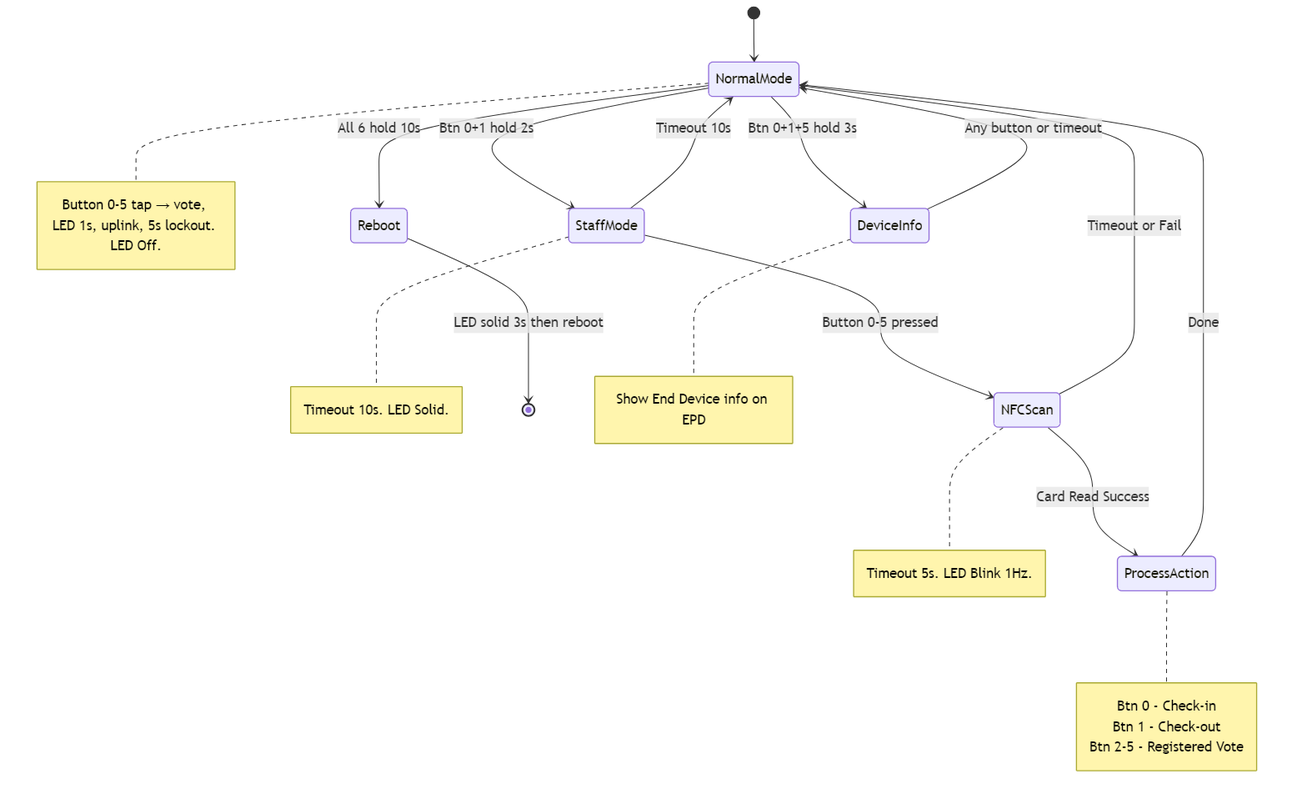
The Mermaid diagram v1.1/docs/appnotes/diagrams/state-machine.png in quiretech/FeedbackNow, before a commit. Its source is kept beside it as v1.1/docs/appnotes/diagrams/state-machine.mmd. Its diagram source:
```mermaid
stateDiagram-v2
    [*] --> NormalMode
    NormalMode --> StaffMode: Btn 0+1 hold 2s
    NormalMode --> DeviceInfo: Btn 0+1+5 hold 3s
    NormalMode --> Reboot: All 6 hold 10s
    StaffMode --> NormalMode: Timeout 10s
    StaffMode --> NFCScan: Button 0-5 pressed
    DeviceInfo --> NormalMode: Any button or timeout
    Reboot --> [*]: LED solid 3s then reboot
    NFCScan --> NormalMode: Timeout or Fail
    NFCScan --> ProcessAction: Card Read Success
    ProcessAction --> NormalMode: Done

    note right of NormalMode
      Buttons 0 to 5 tapped: vote
      LED on 1 second
      Uplink event sent
      5 second lockout
      LED off
    end note

    note right of StaffMode
      Timeout: 10 seconds
      LED solid
    end note

    note right of DeviceInfo
      Show end device info on EPD
    end note

    note right of NFCScan
      Timeout: 5 seconds
      LED blink 1Hz
    end note

    note right of ProcessAction
      Button 0: Check-in
      Button 1: Check-out
      Buttons 2-5: Registered vote
    end note
```
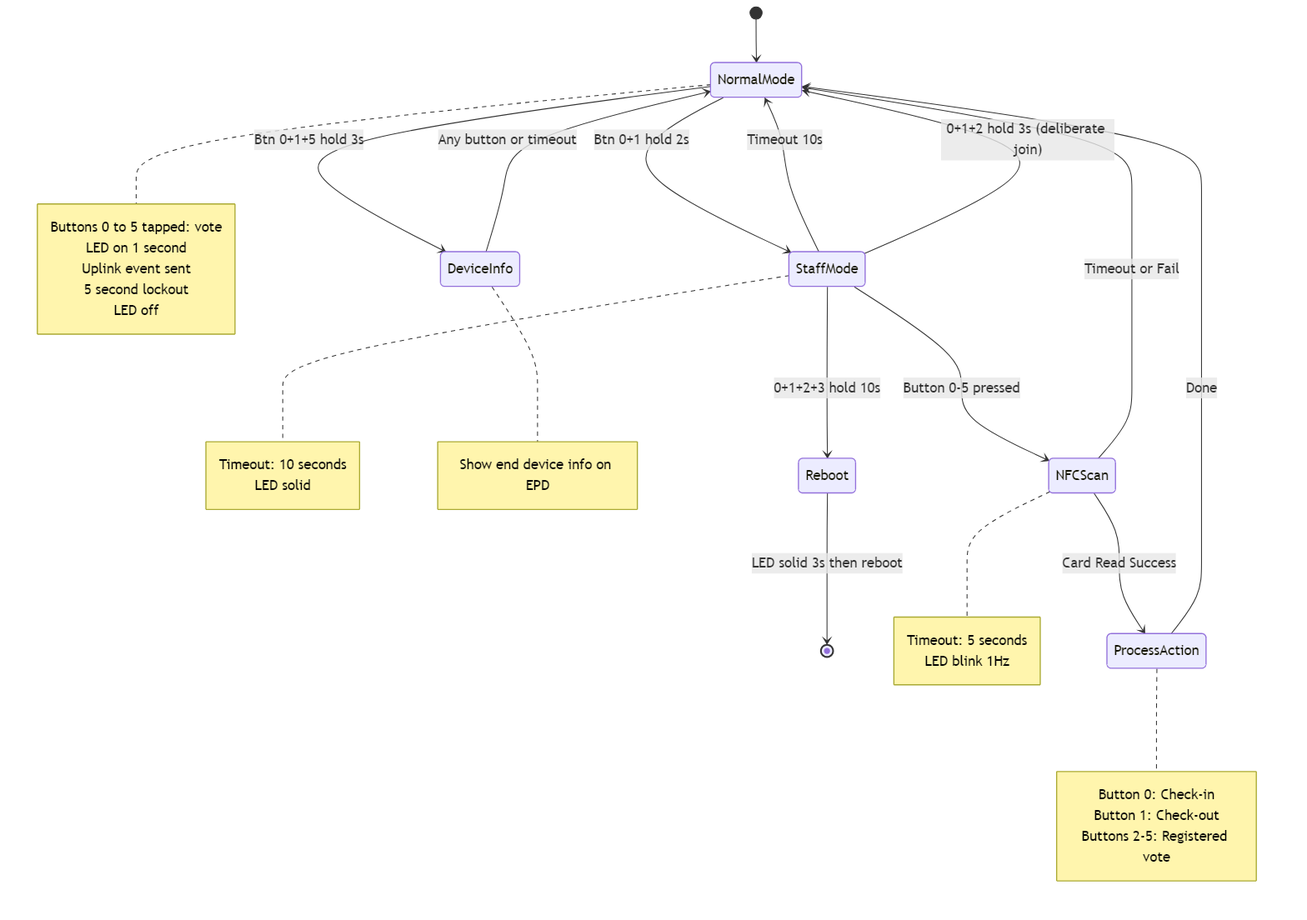
The same diagram one commit later.

Change to the diagram source:
```diff
@@ -2,8 +2,9 @@
     [*] --> NormalMode
     NormalMode --> StaffMode: Btn 0+1 hold 2s
     NormalMode --> DeviceInfo: Btn 0+1+5 hold 3s
-    NormalMode --> Reboot: All 6 hold 10s
     StaffMode --> NormalMode: Timeout 10s
+    StaffMode --> NormalMode: 0+1+2 hold 3s (deliberate join)
+    StaffMode --> Reboot: 0+1+2+3 hold 10s
     StaffMode --> NFCScan: Button 0-5 pressed
     DeviceInfo --> NormalMode: Any button or timeout
     Reboot --> [*]: LED solid 3s then reboot
```
